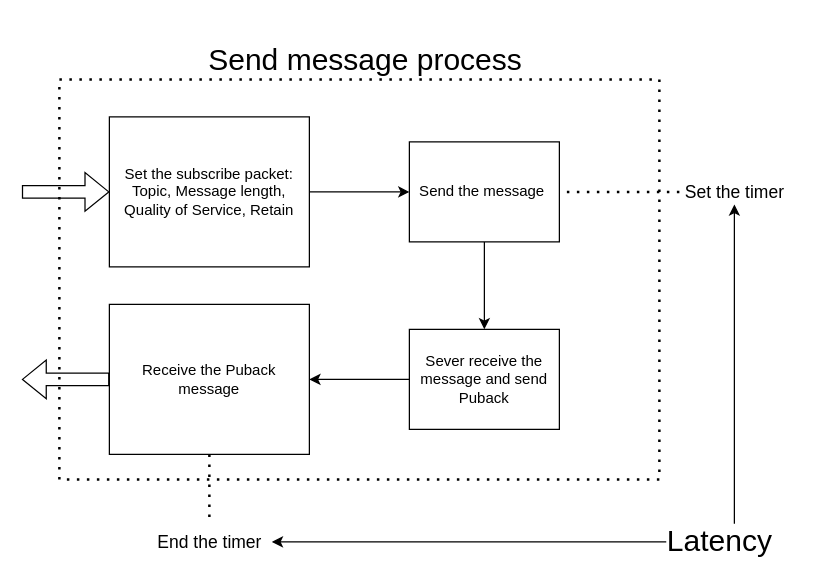
K2ayzz/ForDrawIO keeps this draw.io diagram as Send message.drawio. Above is the earlier version. Source tidied: cells renumbered, new cells numbered last; positions are measured from the earlier drawing's top-left corner, leaving out a move shared by most shapes. Both pictures are drawn from the tidied source at 125%, with x=0, y=0 at pixel (21, 41).
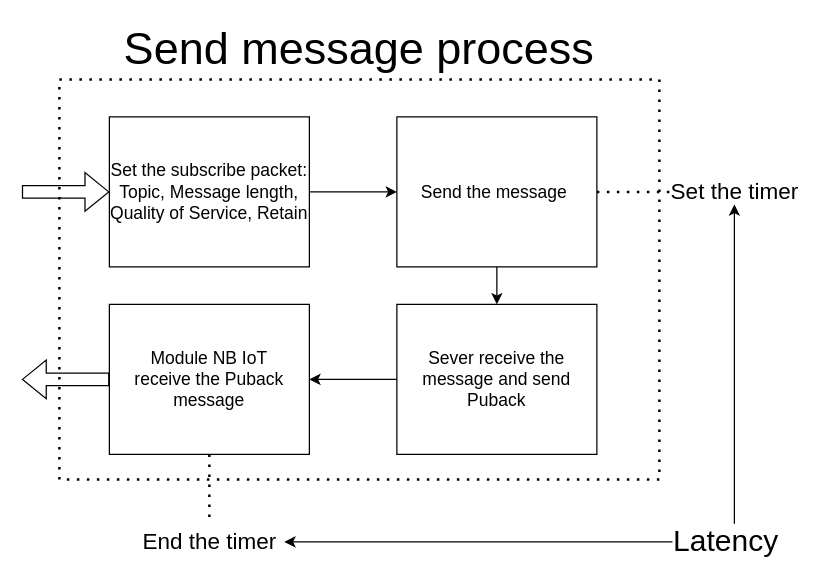
The same diagram, later.

Commit message:
Cập nhật Send message.drawio

Change to the diagram source:
```diff
@@
-    <mxCell id="3" value="Set the subscribe packet: Topic, Message length, Quality of Service, Retain" style="rounded=0;whiteSpace=wrap;html=1;" parent="1" vertex="1">
+    <mxCell id="3" value="&lt;font style=&quot;font-size: 14px;&quot;&gt;Set the subscribe packet: Topic, Message length, Quality of Service, Retain&lt;/font&gt;" style="rounded=0;whiteSpace=wrap;html=1;" parent="1" vertex="1">
       <mxGeometry x="70" y="60" width="160" height="120" as="geometry" />
     </mxCell>
@@
-    <mxCell id="5" value="Send the message&amp;nbsp;" style="rounded=0;whiteSpace=wrap;html=1;" parent="1" vertex="1">
-      <mxGeometry x="310" y="80" width="120" height="80" as="geometry" />
+    <mxCell id="5" value="&lt;font style=&quot;font-size: 14px;&quot;&gt;Send the message&amp;nbsp;&lt;/font&gt;" style="rounded=0;whiteSpace=wrap;html=1;" parent="1" vertex="1">
+      <mxGeometry x="300" y="60" width="160" height="120" as="geometry" />
     </mxCell>
@@
-    <mxCell id="7" value="&lt;font style=&quot;font-size: 24px;&quot;&gt;Send message process&lt;/font&gt;" style="text;html=1;strokeColor=none;fillColor=none;align=center;verticalAlign=middle;whiteSpace=wrap;rounded=0;" parent="1" vertex="1">
-      <mxGeometry x="140" width="270" height="30" as="geometry" />
+    <mxCell id="7" value="&lt;font style=&quot;font-size: 36px;&quot;&gt;Send message process&lt;/font&gt;" style="text;html=1;strokeColor=none;fillColor=none;align=center;verticalAlign=middle;whiteSpace=wrap;rounded=0;" parent="1" vertex="1">
+      <mxGeometry x="30" y="-10" width="480" height="30" as="geometry" />
     </mxCell>
-    <mxCell id="8" value="&lt;font style=&quot;font-size: 14px;&quot;&gt;Set the timer&lt;/font&gt;" style="endArrow=none;dashed=1;html=1;dashPattern=1 3;strokeWidth=2;rounded=0;entryX=1;entryY=0.5;entryDx=0;entryDy=0;" parent="1" edge="1" target="5">
+    <mxCell id="8" value="&lt;font style=&quot;font-size: 18px;&quot;&gt;Set the timer&lt;/font&gt;" style="endArrow=none;dashed=1;html=1;dashPattern=1 3;strokeWidth=2;rounded=0;entryX=1;entryY=0.5;entryDx=0;entryDy=0;" parent="1" edge="1" target="5">
       <mxGeometry x="-1" y="-20" relative="1" as="geometry">
         <mxPoint x="550" y="120" as="sourcePoint" />
         <mxPoint x="20" y="20" as="offset" />
       </mxGeometry>
     </mxCell>
-    <mxCell id="9" value="&lt;font style=&quot;font-size: 14px;&quot;&gt;End the timer&lt;/font&gt;" style="endArrow=none;dashed=1;html=1;dashPattern=1 3;strokeWidth=2;rounded=0;entryX=0.5;entryY=1;entryDx=0;entryDy=0;" parent="1" edge="1" target="10">
+    <mxCell id="9" value="&lt;font style=&quot;font-size: 18px;&quot;&gt;End the timer&lt;/font&gt;" style="endArrow=none;dashed=1;html=1;dashPattern=1 3;strokeWidth=2;rounded=0;entryX=0.5;entryY=1;entryDx=0;entryDy=0;" parent="1" edge="1" target="10">
       <mxGeometry x="-1" y="-20" relative="1" as="geometry">
         <mxPoint x="150" y="380" as="sourcePoint" />
         <mxPoint x="-20" y="20" as="offset" />
       </mxGeometry>
     </mxCell>
-    <mxCell id="10" value="Receive the Puback message" style="rounded=0;whiteSpace=wrap;html=1;" parent="1" vertex="1">
+    <mxCell id="10" value="&lt;font style=&quot;font-size: 14px;&quot;&gt;Module NB IoT&lt;br&gt;receive the Puback message&lt;/font&gt;" style="rounded=0;whiteSpace=wrap;html=1;" parent="1" vertex="1">
       <mxGeometry x="70" y="210" width="160" height="120" as="geometry" />
     </mxCell>
@@
-    <mxCell id="12" value="Sever receive the message and send Puback" style="rounded=0;whiteSpace=wrap;html=1;" parent="1" vertex="1">
-      <mxGeometry x="310" y="230" width="120" height="80" as="geometry" />
+    <mxCell id="12" value="&lt;font style=&quot;font-size: 14px;&quot;&gt;Sever receive the message and send Puback&lt;/font&gt;" style="rounded=0;whiteSpace=wrap;html=1;" parent="1" vertex="1">
+      <mxGeometry x="300" y="210" width="160" height="120" as="geometry" />
     </mxCell>
@@
     <mxCell id="15" value="&lt;font style=&quot;font-size: 24px;&quot;&gt;Latency&lt;/font&gt;" style="endArrow=classic;startArrow=classic;html=1;rounded=0;" parent="1" edge="1">
       <mxGeometry x="0.12" relative="1" as="geometry">
-        <mxPoint x="200" y="400" as="sourcePoint" />
+        <mxPoint x="210" y="400" as="sourcePoint" />
         <mxPoint x="570" y="130" as="targetPoint" />
         <Array as="points">
           <mxPoint x="570" y="400" />
         </Array>
       </mxGeometry>
     </mxCell>
```
